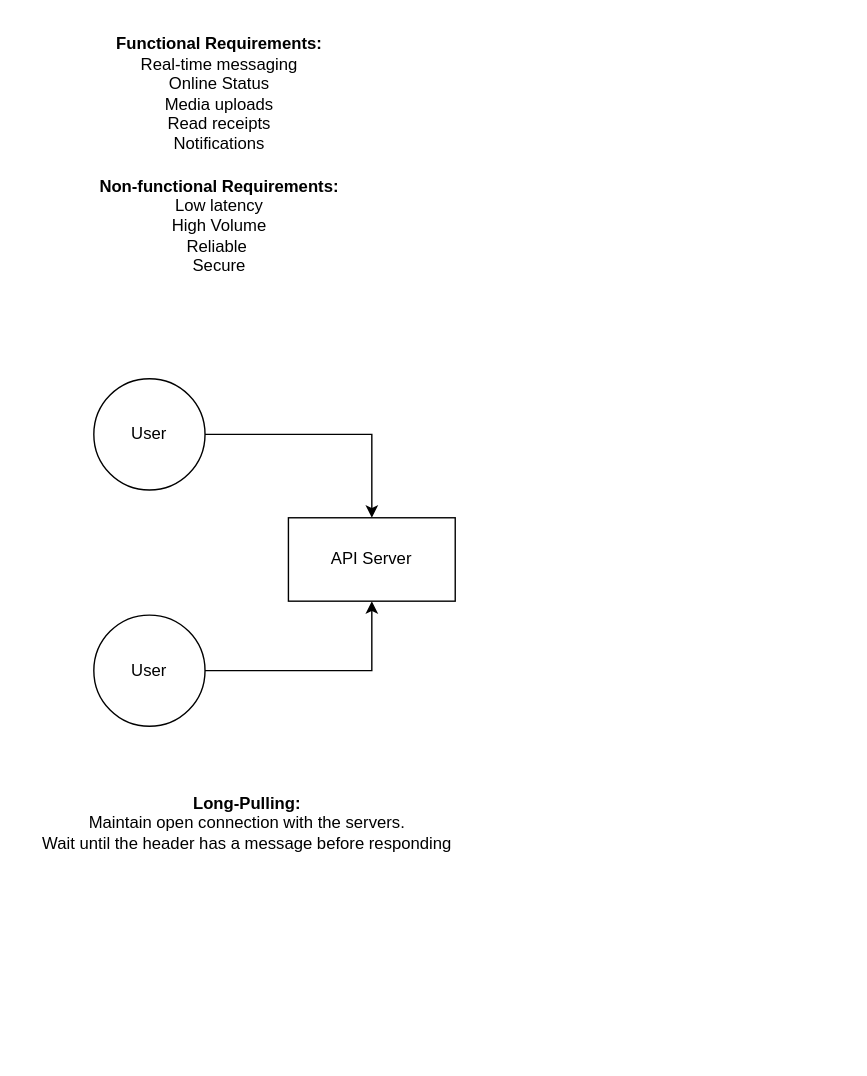
The draw.io diagram FacebookMessengerDesign.drawio in dohdat/leetcode-practice, before the edit. Source tidied: cells renumbered, new cells numbered last; positions are measured from the earlier drawing's top-left corner, leaving out a move shared by most shapes. Both pictures are drawn from the tidied source at 139%, with x=0, y=0 at pixel (24, 24).
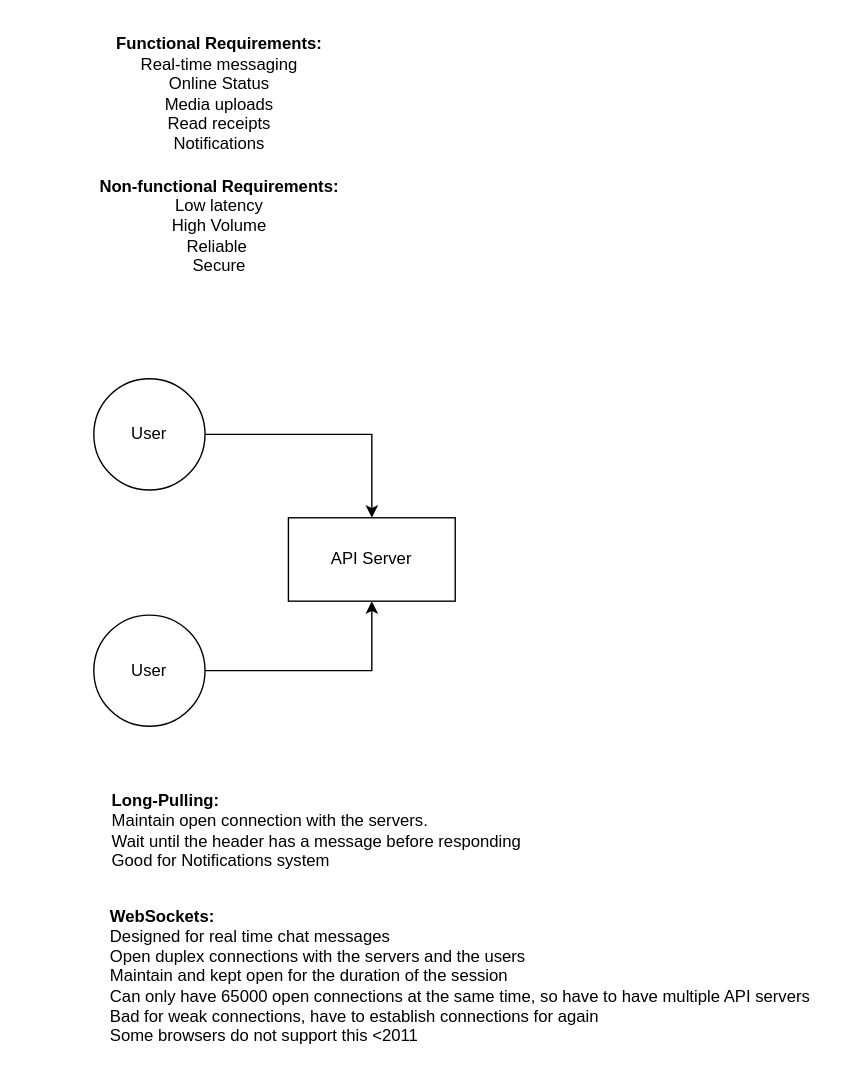
After the change.

Commit message:
Added Long pulling vs WebSockets

Diff of the diagram source:
```diff
@@
 <mxGraphModel>
   <root>
     <mxCell id="0" />
     <mxCell id="1" parent="0" />
     <mxCell id="2" value="Functional Requirements:&lt;br&gt;&lt;span style=&quot;font-weight: normal;&quot;&gt;Real-time messaging&lt;br&gt;Online Status&lt;br&gt;Media uploads&lt;br&gt;Read receipts&lt;br&gt;Notifications&lt;/span&gt;" style="text;html=1;align=center;verticalAlign=middle;strokeColor=none;fillColor=none;fontStyle=1;" parent="1" vertex="1">
       <mxGeometry x="55" width="170" height="100" as="geometry" />
     </mxCell>
     <mxCell id="3" value="&lt;b&gt;Non-functional Requirements:&lt;/b&gt;&lt;br&gt;Low latency&lt;br&gt;High Volume&lt;br&gt;Reliable&amp;nbsp;&lt;br&gt;Secure" style="text;html=1;align=center;verticalAlign=middle;strokeColor=none;fillColor=none;" parent="1" vertex="1">
       <mxGeometry x="40" y="100" width="200" height="90" as="geometry" />
     </mxCell>
     <mxCell id="4" style="edgeStyle=orthogonalEdgeStyle;rounded=0;jettySize=auto;html=1;entryX=0.5;entryY=0;entryDx=0;entryDy=0;" parent="1" edge="1" source="5" target="8">
       <mxGeometry relative="1" as="geometry" />
     </mxCell>
     <mxCell id="5" value="User" style="ellipse;whiteSpace=wrap;html=1;" parent="1" vertex="1">
       <mxGeometry x="50" y="255" width="80" height="80" as="geometry" />
     </mxCell>
     <mxCell id="6" style="edgeStyle=orthogonalEdgeStyle;rounded=0;jettySize=auto;html=1;entryX=0.5;entryY=1;entryDx=0;entryDy=0;" parent="1" edge="1" source="7" target="8">
       <mxGeometry relative="1" as="geometry" />
     </mxCell>
     <mxCell id="7" value="User" style="ellipse;whiteSpace=wrap;html=1;" parent="1" vertex="1">
       <mxGeometry x="50" y="425" width="80" height="80" as="geometry" />
     </mxCell>
     <mxCell id="8" value="API Server" style="whiteSpace=wrap;html=1;" parent="1" vertex="1">
       <mxGeometry x="190" y="355" width="120" height="60" as="geometry" />
     </mxCell>
-    <mxCell id="9" value="&lt;b&gt;Long-Pulling:&lt;/b&gt;&lt;br&gt;Maintain open connection with the servers. &lt;br&gt;Wait until the header has a message before responding" style="text;html=1;align=center;verticalAlign=middle;strokeColor=none;fillColor=none;" parent="1" vertex="1">
-      <mxGeometry y="545" width="320" height="60" as="geometry" />
+    <mxCell id="9" value="&lt;div style=&quot;text-align: left;&quot;&gt;&lt;b style=&quot;background-color: initial;&quot;&gt;Long-Pulling:&lt;/b&gt;&lt;/div&gt;&lt;div style=&quot;text-align: left;&quot;&gt;&lt;span style=&quot;background-color: initial;&quot;&gt;Maintain open connection with the servers.&lt;/span&gt;&lt;/div&gt;&lt;div style=&quot;text-align: left;&quot;&gt;&lt;span style=&quot;background-color: initial;&quot;&gt;Wait until the header has a message before responding&lt;/span&gt;&lt;/div&gt;&lt;div style=&quot;text-align: left;&quot;&gt;&lt;span style=&quot;background-color: initial;&quot;&gt;Good for Notifications system&lt;/span&gt;&lt;/div&gt;" style="text;html=1;align=center;verticalAlign=middle;strokeColor=none;fillColor=none;" parent="1" vertex="1">
+      <mxGeometry x="50" y="545" width="320" height="70" as="geometry" />
     </mxCell>
+    <mxCell id="10" value="&lt;b&gt;WebSockets:&lt;/b&gt;&lt;br&gt;Designed for real time chat messages&lt;br&gt;Open duplex connections with the servers and the users&lt;br&gt;Maintain and kept open for the duration of the session&lt;br&gt;Can only have 65000 open connections at the same time, so have to have multiple API servers&lt;br&gt;Bad for weak connections, have to establish connections for again&amp;nbsp;&lt;br&gt;Some browsers do not support this &amp;lt;2011" style="text;html=1;align=left;verticalAlign=middle;strokeColor=none;fillColor=none;" parent="1" vertex="1">
+      <mxGeometry x="60" y="630" width="530" height="110" as="geometry" />
+    </mxCell>
   </root>
 </mxGraphModel>
```
